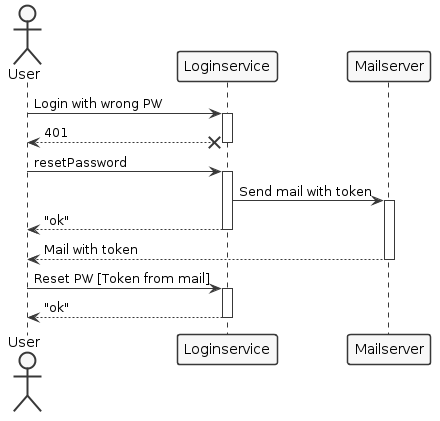
Above: resetpw.png in phuhl/apparts-login-server (PlantUML), before the change.
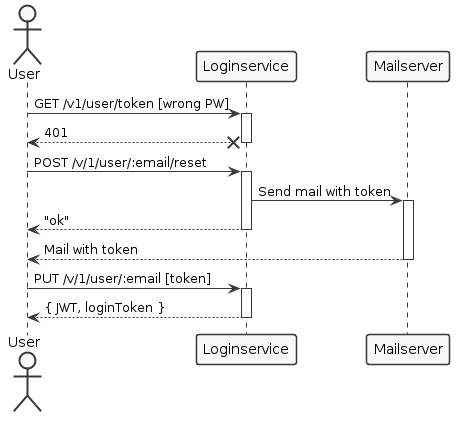
The same diagram one commit later.

Commit message:
Updates docu for signup and fixes missing email in resetpw url

Change to the diagram source:
```diff
@@ -4,12 +4,12 @@
 skinparam monochrome true
 skinparam shadowing false
 
-User -> Loginservice : Login with wrong PW
+User -> Loginservice : GET /v1/user/token [wrong PW]
 activate Loginservice
 User <--x Loginservice : 401
 deactivate Loginservice
 
-User -> Loginservice : resetPassword
+User -> Loginservice : POST /v/1/user/:email/reset
 activate Loginservice
 Loginservice -> Mailserver : Send mail with token
 activate Mailserver
@@ -18,9 +18,9 @@
 User <-- Mailserver : Mail with token
 deactivate Mailserver
 
-User -> Loginservice : Reset PW [Token from mail]
+User -> Loginservice : PUT /v/1/user/:email [token]
 activate Loginservice
-User <-- Loginservice : "ok"
+User <-- Loginservice : { JWT, loginToken }
 deactivate Loginservice
 
 @enduml
```
